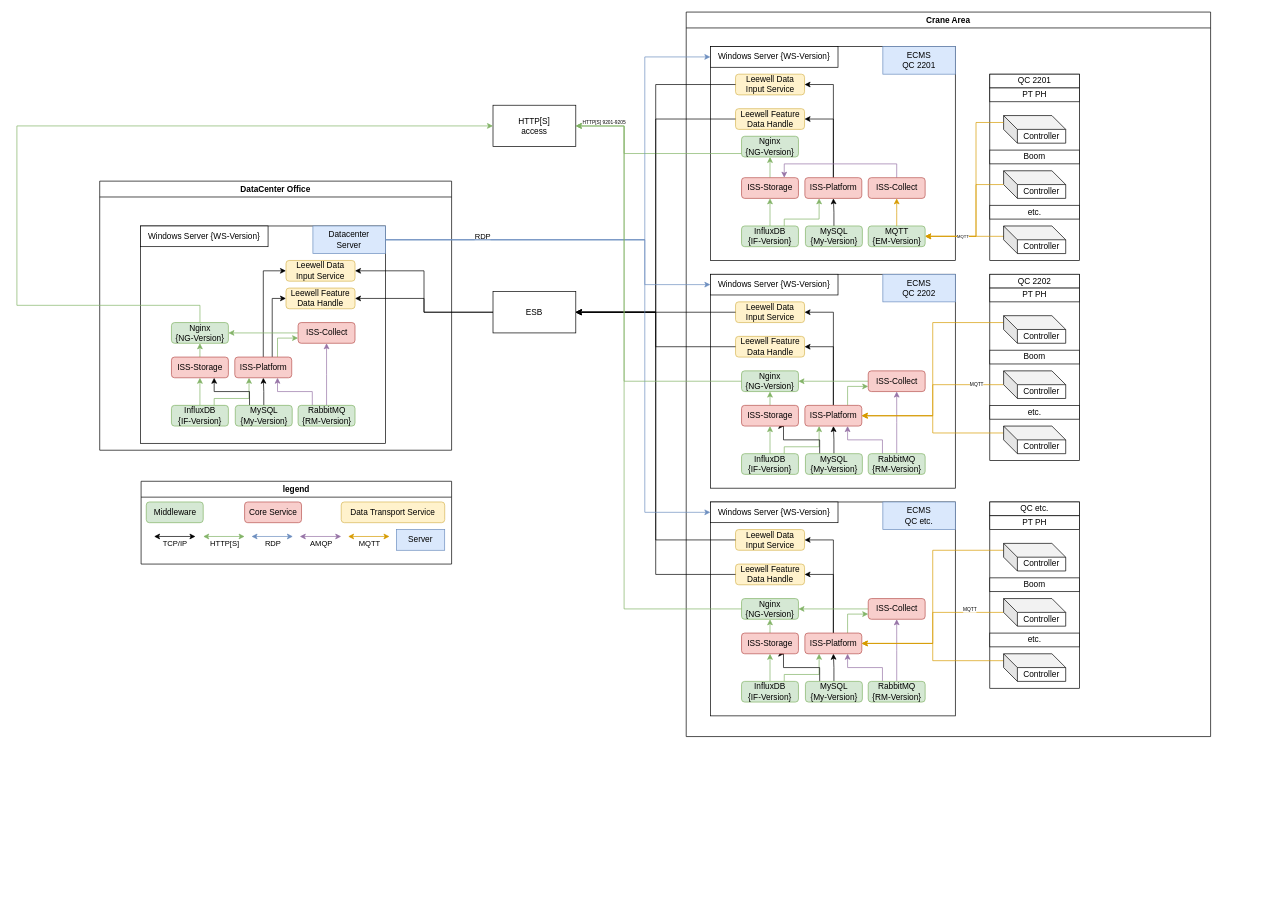
bird1225/draw keeps this draw.io diagram as PSA 四代 ECMS 架构图.drawio. Above is the earlier version. Source tidied: cells renumbered, new cells numbered last; positions are measured from the earlier drawing's top-left corner, leaving out a move shared by most shapes. Both pictures are drawn from the tidied source at 69%, with x=0, y=0 at pixel (17, 12).
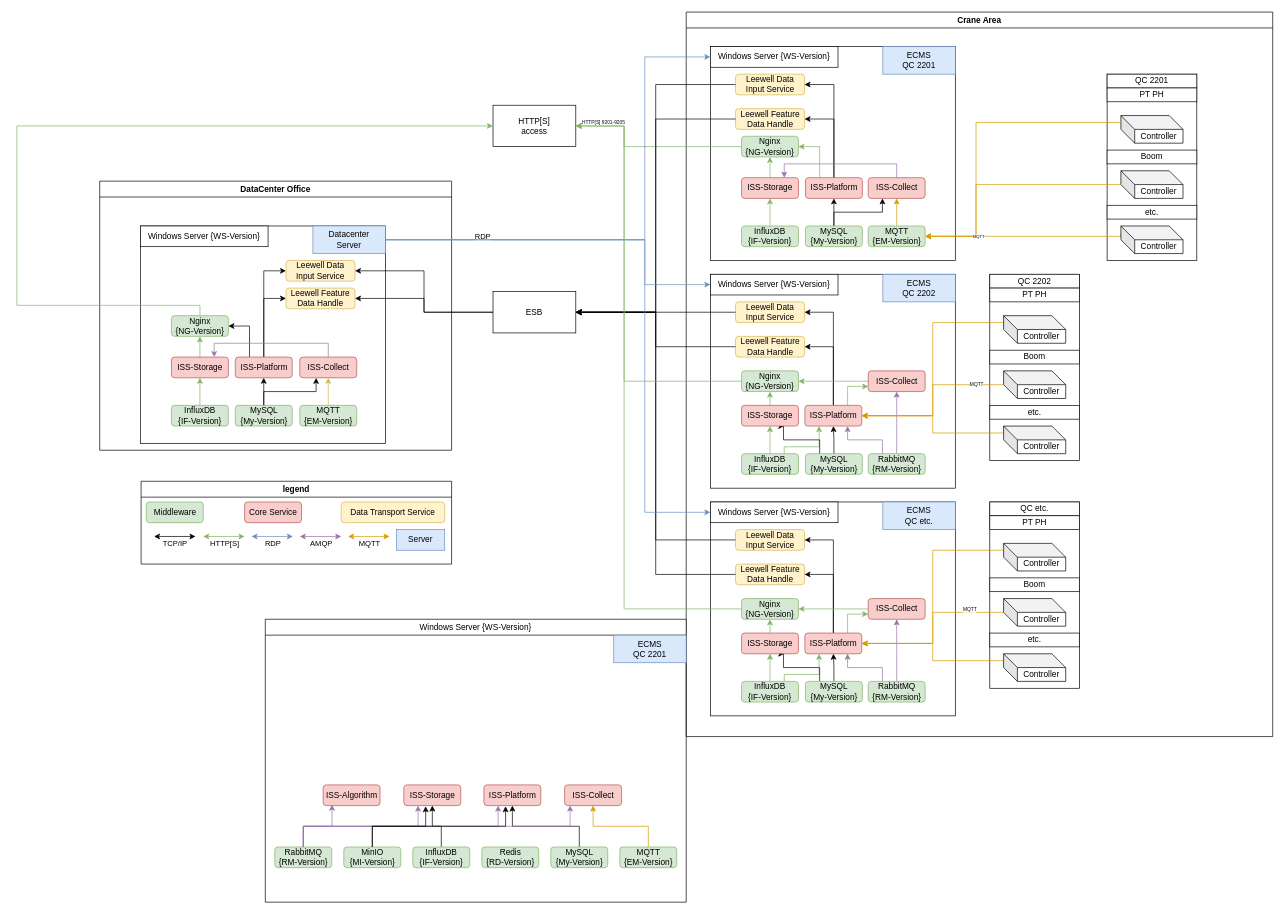
The same diagram, later.

Commit message (it also covers changes not shown here):
更新PSA 四代 ECMS 架构图.drawio

The change refers to these unchanged cells:
```xml
<mxCell id="5" value="Nginx&lt;br&gt;{NG-Version}" style="rounded=1;whiteSpace=wrap;html=1;fillColor=#d5e8d4;strokeColor=#82b366;" parent="2" vertex="1">
  <mxGeometry x="80.2" y="180" width="82.5" height="30" as="geometry" />
</mxCell>
<mxCell id="8" value="InfluxDB &lt;br&gt;{IF-Version}" style="rounded=1;whiteSpace=wrap;html=1;fillColor=#d5e8d4;strokeColor=#82b366;" parent="2" vertex="1">
  <mxGeometry x="80.2" y="310" width="82.5" height="30" as="geometry" />
</mxCell>
<mxCell id="10" value="MySQL&lt;br&gt;{My-Version}" style="rounded=1;whiteSpace=wrap;html=1;fillColor=#d5e8d4;strokeColor=#82b366;" parent="2" vertex="1">
  <mxGeometry x="172.8" y="310" width="82.5" height="30" as="geometry" />
</mxCell>
<mxCell id="12" value="MQTT&lt;br&gt;{EM-Version}" style="rounded=1;whiteSpace=wrap;html=1;fillColor=#d5e8d4;strokeColor=#82b366;" parent="2" vertex="1">
  <mxGeometry x="263.8" y="310" width="82.5" height="30" as="geometry" />
</mxCell>
<mxCell id="17" value="ISS-Collect" style="rounded=1;whiteSpace=wrap;html=1;fillColor=#f8cecc;strokeColor=#b85450;" parent="2" vertex="1">
  <mxGeometry x="263.8" y="240" width="82.5" height="30" as="geometry" />
</mxCell>
<mxCell id="19" value="ISS-Storage" style="rounded=1;whiteSpace=wrap;html=1;fillColor=#f8cecc;strokeColor=#b85450;" parent="2" vertex="1">
  <mxGeometry x="80.2" y="240" width="82.5" height="30" as="geometry" />
</mxCell>
<mxCell id="30" value="Leewell Data Input Service" style="rounded=1;whiteSpace=wrap;html=1;fillColor=#fff2cc;strokeColor=#d6b656;" parent="2" vertex="1">
  <mxGeometry x="71.5" y="90" width="100" height="30" as="geometry" />
</mxCell>
<mxCell id="107" value="DataCenter Office" style="swimlane;whiteSpace=wrap;html=1;" parent="1" vertex="1">
  <mxGeometry x="120" y="245" width="510" height="390" as="geometry" />
</mxCell>
<mxCell id="113" value="InfluxDB &lt;br&gt;{IF-Version}" style="rounded=1;whiteSpace=wrap;html=1;fillColor=#d5e8d4;strokeColor=#82b366;" parent="107" vertex="1">
  <mxGeometry x="104" y="325" width="82.5" height="30" as="geometry" />
</mxCell>
<mxCell id="116" value="MySQL&lt;br&gt;{My-Version}" style="rounded=1;whiteSpace=wrap;html=1;fillColor=#d5e8d4;strokeColor=#82b366;" parent="107" vertex="1">
  <mxGeometry x="196.5" y="325" width="82.5" height="30" as="geometry" />
</mxCell>
<mxCell id="127" value="ISS-Storage" style="rounded=1;whiteSpace=wrap;html=1;fillColor=#f8cecc;strokeColor=#b85450;" parent="107" vertex="1">
  <mxGeometry x="104" y="255" width="82.5" height="30" as="geometry" />
</mxCell>
<mxCell id="130" value="Leewell Feature Data Handle" style="rounded=1;whiteSpace=wrap;html=1;fillColor=#fff2cc;strokeColor=#d6b656;" parent="107" vertex="1">
  <mxGeometry x="270" y="155" width="100" height="30" as="geometry" />
</mxCell>
<mxCell id="131" value="HTTP[S]&lt;br&gt;access" style="rounded=0;whiteSpace=wrap;html=1;" parent="1" vertex="1">
  <mxGeometry x="690" y="135" width="120" height="60" as="geometry" />
</mxCell>
```

What changed in the source:
```diff
@@
     <mxCell id="2" value="Crane Area" style="swimlane;whiteSpace=wrap;html=1;" parent="1" vertex="1">
-      <mxGeometry x="970" width="760" height="1050" as="geometry" />
+      <mxGeometry x="970" width="850" height="1050" as="geometry" />
     </mxCell>
@@
-    <mxCell id="6" style="edgeStyle=orthogonalEdgeStyle;rounded=0;jettySize=auto;html=1;fillColor=#d5e8d4;strokeColor=#82b366;" parent="2" edge="1" source="8" target="19">
+    <mxCell id="6" style="edgeStyle=orthogonalEdgeStyle;rounded=0;jettySize=auto;html=1;exitX=0.5;exitY=0;exitDx=0;exitDy=0;entryX=0.5;entryY=1;entryDx=0;entryDy=0;fillColor=#d5e8d4;strokeColor=#82b366;" parent="2" edge="1" source="8" target="19">
       <mxGeometry relative="1" as="geometry" />
     </mxCell>
-    <mxCell id="7" style="edgeStyle=orthogonalEdgeStyle;rounded=0;jettySize=auto;html=1;exitX=0.75;exitY=0;exitDx=0;exitDy=0;entryX=0.25;entryY=1;entryDx=0;entryDy=0;fillColor=#d5e8d4;strokeColor=#82b366;" parent="2" edge="1" source="8" target="15">
-      <mxGeometry relative="1" as="geometry">
-        <Array as="points">
-          <mxPoint x="142" y="300" />
-          <mxPoint x="193" y="300" />
-        </Array>
-      </mxGeometry>
-    </mxCell>
@@
-    <mxCell id="9" style="edgeStyle=orthogonalEdgeStyle;rounded=0;jettySize=auto;html=1;" parent="2" edge="1" source="10" target="15">
+    <mxCell id="9" style="edgeStyle=orthogonalEdgeStyle;rounded=0;jettySize=auto;html=1;exitX=0.5;exitY=0;exitDx=0;exitDy=0;entryX=0.5;entryY=1;entryDx=0;entryDy=0;" parent="2" edge="1" source="10" target="15">
       <mxGeometry relative="1" as="geometry" />
     </mxCell>
+    <mxCell id="163" style="edgeStyle=orthogonalEdgeStyle;rounded=0;jettySize=auto;html=1;exitX=0.5;exitY=0;exitDx=0;exitDy=0;entryX=0.25;entryY=1;entryDx=0;entryDy=0;" parent="2" edge="1" source="10" target="17">
+      <mxGeometry relative="1" as="geometry" />
+    </mxCell>
@@
     <mxCell id="14" style="edgeStyle=orthogonalEdgeStyle;rounded=0;jettySize=auto;html=1;entryX=1;entryY=0.5;entryDx=0;entryDy=0;" parent="2" edge="1" source="15" target="30">
       <mxGeometry relative="1" as="geometry">
         <Array as="points">
-          <mxPoint x="213" y="105" />
+          <mxPoint x="214" y="105" />
         </Array>
       </mxGeometry>
     </mxCell>
+    <mxCell id="164" style="edgeStyle=orthogonalEdgeStyle;rounded=0;jettySize=auto;html=1;exitX=0.25;exitY=0;exitDx=0;exitDy=0;entryX=1;entryY=0.5;entryDx=0;entryDy=0;fillColor=#d5e8d4;strokeColor=#82b366;" parent="2" edge="1" source="15" target="5">
+      <mxGeometry relative="1" as="geometry" />
+    </mxCell>
     <mxCell id="15" value="ISS-Platform" style="rounded=1;whiteSpace=wrap;html=1;fillColor=#f8cecc;strokeColor=#b85450;" parent="2" vertex="1">
-      <mxGeometry x="172" y="240" width="82.5" height="30" as="geometry" />
+      <mxGeometry x="172.8" y="240" width="82.5" height="30" as="geometry" />
     </mxCell>
@@
     <mxCell id="21" style="rounded=0;whiteSpace=wrap;html=1;" parent="2" vertex="1">
-      <mxGeometry x="440" y="90" width="130" height="270" as="geometry" />
+      <mxGeometry x="610" y="90" width="130" height="270" as="geometry" />
     </mxCell>
     <mxCell id="22" value="Controller" style="shape=cube;whiteSpace=wrap;html=1;boundedLbl=1;backgroundOutline=1;darkOpacity=0.05;darkOpacity2=0.1;" parent="2" vertex="1">
-      <mxGeometry x="460" y="150" width="90" height="40" as="geometry" />
+      <mxGeometry x="630" y="150" width="90" height="40" as="geometry" />
     </mxCell>
     <mxCell id="23" value="Controller" style="shape=cube;whiteSpace=wrap;html=1;boundedLbl=1;backgroundOutline=1;darkOpacity=0.05;darkOpacity2=0.1;" parent="2" vertex="1">
-      <mxGeometry x="460" y="230" width="90" height="40" as="geometry" />
+      <mxGeometry x="630" y="230" width="90" height="40" as="geometry" />
     </mxCell>
     <mxCell id="24" style="edgeStyle=orthogonalEdgeStyle;rounded=0;jettySize=auto;html=1;exitX=0;exitY=0;exitDx=0;exitDy=10;exitPerimeter=0;entryX=1;entryY=0.5;entryDx=0;entryDy=0;fillColor=#ffe6cc;strokeColor=#d79b00;" parent="2" edge="1" source="25" target="12">
       <mxGeometry relative="1" as="geometry">
         <Array as="points">
-          <mxPoint x="490" y="325" />
+          <mxPoint x="630" y="325" />
         </Array>
       </mxGeometry>
     </mxCell>
     <mxCell id="25" value="Controller" style="shape=cube;whiteSpace=wrap;html=1;boundedLbl=1;backgroundOutline=1;darkOpacity=0.05;darkOpacity2=0.1;" parent="2" vertex="1">
-      <mxGeometry x="460" y="310" width="90" height="40" as="geometry" />
+      <mxGeometry x="630" y="310" width="90" height="40" as="geometry" />
     </mxCell>
     <mxCell id="26" value="QC 2201" style="rounded=0;whiteSpace=wrap;html=1;" parent="2" vertex="1">
-      <mxGeometry x="440" y="90" width="130" height="20" as="geometry" />
+      <mxGeometry x="610" y="90" width="130" height="20" as="geometry" />
     </mxCell>
     <mxCell id="27" value="PT PH" style="rounded=0;whiteSpace=wrap;html=1;" parent="2" vertex="1">
-      <mxGeometry x="440" y="110" width="130" height="20" as="geometry" />
+      <mxGeometry x="610" y="110" width="130" height="20" as="geometry" />
     </mxCell>
     <mxCell id="28" value="Boom" style="rounded=0;whiteSpace=wrap;html=1;" parent="2" vertex="1">
-      <mxGeometry x="440" y="200" width="130" height="20" as="geometry" />
+      <mxGeometry x="610" y="200" width="130" height="20" as="geometry" />
     </mxCell>
     <mxCell id="29" value="etc." style="rounded=0;whiteSpace=wrap;html=1;" parent="2" vertex="1">
-      <mxGeometry x="440" y="280" width="130" height="20" as="geometry" />
+      <mxGeometry x="610" y="280" width="130" height="20" as="geometry" />
     </mxCell>
@@
     <mxCell id="110" value="Nginx&lt;br&gt;{NG-Version}" style="rounded=1;whiteSpace=wrap;html=1;fillColor=#d5e8d4;strokeColor=#82b366;" parent="107" vertex="1">
-      <mxGeometry x="104" y="205" width="82.5" height="30" as="geometry" />
+      <mxGeometry x="104" y="195" width="82.5" height="30" as="geometry" />
     </mxCell>
@@
-    <mxCell id="112" style="edgeStyle=orthogonalEdgeStyle;rounded=0;jettySize=auto;html=1;exitX=0.75;exitY=0;exitDx=0;exitDy=0;entryX=0.25;entryY=1;entryDx=0;entryDy=0;fillColor=#d5e8d4;strokeColor=#82b366;" parent="107" edge="1" source="113" target="123">
-      <mxGeometry relative="1" as="geometry">
-        <Array as="points">
-          <mxPoint x="166" y="315" />
-          <mxPoint x="216" y="315" />
-        </Array>
-      </mxGeometry>
-    </mxCell>
@@
-    <mxCell id="115" style="edgeStyle=orthogonalEdgeStyle;rounded=0;jettySize=auto;html=1;exitX=0.25;exitY=0;exitDx=0;exitDy=0;entryX=0.75;entryY=1;entryDx=0;entryDy=0;" parent="107" edge="1" source="116" target="127">
-      <mxGeometry relative="1" as="geometry">
-        <Array as="points">
-          <mxPoint x="217" y="305" />
-          <mxPoint x="166" y="305" />
-        </Array>
-      </mxGeometry>
-    </mxCell>
@@
-    <mxCell id="117" style="edgeStyle=orthogonalEdgeStyle;rounded=0;jettySize=auto;html=1;exitX=0.25;exitY=0;exitDx=0;exitDy=0;entryX=0.75;entryY=1;entryDx=0;entryDy=0;fillColor=#e1d5e7;strokeColor=#9673a6;" parent="107" edge="1" source="119" target="123">
-      <mxGeometry relative="1" as="geometry" />
-    </mxCell>
-    <mxCell id="118" style="edgeStyle=orthogonalEdgeStyle;rounded=0;jettySize=auto;html=1;entryX=0.5;entryY=1;entryDx=0;entryDy=0;fillColor=#e1d5e7;strokeColor=#9673a6;" parent="107" edge="1" source="119" target="125">
+    <mxCell id="118" style="edgeStyle=orthogonalEdgeStyle;rounded=0;jettySize=auto;html=1;exitX=0.5;exitY=0;exitDx=0;exitDy=0;entryX=0.5;entryY=1;entryDx=0;entryDy=0;fillColor=#fff2cc;strokeColor=#d6b656;" parent="107" edge="1" source="119" target="125">
       <mxGeometry relative="1" as="geometry" />
     </mxCell>
-    <mxCell id="119" value="RabbitMQ&lt;br&gt;{RM-Version}" style="rounded=1;whiteSpace=wrap;html=1;fillColor=#d5e8d4;strokeColor=#82b366;" parent="107" vertex="1">
-      <mxGeometry x="287.5" y="325" width="82.5" height="30" as="geometry" />
+    <mxCell id="119" value="MQTT&lt;br&gt;{EM-Version}" style="rounded=1;whiteSpace=wrap;html=1;fillColor=#d5e8d4;strokeColor=#82b366;" parent="107" vertex="1">
+      <mxGeometry x="290" y="325" width="82.5" height="30" as="geometry" />
     </mxCell>
-    <mxCell id="120" style="edgeStyle=orthogonalEdgeStyle;rounded=0;jettySize=auto;html=1;exitX=0.75;exitY=0;exitDx=0;exitDy=0;entryX=0;entryY=0.75;entryDx=0;entryDy=0;fillColor=#d5e8d4;strokeColor=#82b366;" parent="107" edge="1" source="123" target="125">
-      <mxGeometry relative="1" as="geometry" />
-    </mxCell>
@@
     <mxCell id="122" style="edgeStyle=orthogonalEdgeStyle;rounded=0;jettySize=auto;html=1;entryX=0;entryY=0.5;entryDx=0;entryDy=0;" parent="107" edge="1" source="123" target="130">
       <mxGeometry relative="1" as="geometry">
         <Array as="points">
-          <mxPoint x="250" y="170" />
+          <mxPoint x="238" y="170" />
         </Array>
       </mxGeometry>
     </mxCell>
+    <mxCell id="165" style="edgeStyle=orthogonalEdgeStyle;rounded=0;jettySize=auto;html=1;exitX=0.25;exitY=0;exitDx=0;exitDy=0;entryX=1;entryY=0.5;entryDx=0;entryDy=0;" parent="107" edge="1" source="123" target="110">
+      <mxGeometry relative="1" as="geometry" />
+    </mxCell>
     <mxCell id="123" value="ISS-Platform" style="rounded=1;whiteSpace=wrap;html=1;fillColor=#f8cecc;strokeColor=#b85450;" parent="107" vertex="1">
-      <mxGeometry x="195.8" y="255" width="82.5" height="30" as="geometry" />
+      <mxGeometry x="196.5" y="255" width="82.5" height="30" as="geometry" />
     </mxCell>
-    <mxCell id="124" style="edgeStyle=orthogonalEdgeStyle;rounded=0;jettySize=auto;html=1;exitX=0;exitY=0.5;exitDx=0;exitDy=0;entryX=1;entryY=0.5;entryDx=0;entryDy=0;fillColor=#d5e8d4;strokeColor=#82b366;" parent="107" edge="1" source="125" target="110">
-      <mxGeometry relative="1" as="geometry" />
-    </mxCell>
+    <mxCell id="166" style="edgeStyle=orthogonalEdgeStyle;rounded=0;jettySize=auto;html=1;exitX=0.5;exitY=0;exitDx=0;exitDy=0;entryX=0.75;entryY=0;entryDx=0;entryDy=0;fillColor=#e1d5e7;strokeColor=#9673a6;" parent="107" edge="1" source="125" target="127">
+      <mxGeometry relative="1" as="geometry" />
+    </mxCell>
     <mxCell id="125" value="ISS-Collect" style="rounded=1;whiteSpace=wrap;html=1;fillColor=#f8cecc;strokeColor=#b85450;" parent="107" vertex="1">
-      <mxGeometry x="287.5" y="205" width="82.5" height="30" as="geometry" />
+      <mxGeometry x="290" y="255" width="82.5" height="30" as="geometry" />
     </mxCell>
@@
+    <mxCell id="167" style="edgeStyle=orthogonalEdgeStyle;rounded=0;jettySize=auto;html=1;exitX=0.5;exitY=0;exitDx=0;exitDy=0;entryX=0.286;entryY=1.007;entryDx=0;entryDy=0;entryPerimeter=0;" parent="107" edge="1" source="116" target="125">
+      <mxGeometry relative="1" as="geometry" />
+    </mxCell>
@@
     <mxCell id="132" style="edgeStyle=orthogonalEdgeStyle;rounded=0;jettySize=auto;html=1;entryX=1;entryY=0.5;entryDx=0;entryDy=0;fillColor=#d5e8d4;strokeColor=#82b366;" parent="1" edge="1" source="5" target="131">
       <mxGeometry relative="1" as="geometry">
         <Array as="points">
-          <mxPoint x="880" y="205" />
+          <mxPoint x="880" y="195" />
           <mxPoint x="880" y="165" />
         </Array>
       </mxGeometry>
     </mxCell>
@@
+    <mxCell id="168" value="&lt;span style=&quot;font-weight: 400;&quot;&gt;Windows Server {WS-Version}&lt;/span&gt;" style="swimlane;whiteSpace=wrap;html=1;" parent="1" vertex="1">
+      <mxGeometry x="360" y="880" width="610" height="410" as="geometry" />
+    </mxCell>
+    <mxCell id="169" value="ECMS&lt;br&gt;QC 2201" style="rounded=0;whiteSpace=wrap;html=1;fillColor=#dae8fc;strokeColor=#6c8ebf;" parent="168" vertex="1">
+      <mxGeometry x="505" y="23" width="105" height="40" as="geometry" />
+    </mxCell>
+    <mxCell id="170" value="ISS-Algorithm" style="rounded=1;whiteSpace=wrap;html=1;fillColor=#f8cecc;strokeColor=#b85450;" parent="168" vertex="1">
+      <mxGeometry x="83.8" y="240" width="82.5" height="30" as="geometry" />
+    </mxCell>
+    <mxCell id="171" value="ISS-Storage" style="rounded=1;whiteSpace=wrap;html=1;fillColor=#f8cecc;strokeColor=#b85450;" parent="168" vertex="1">
+      <mxGeometry x="200.8" y="240" width="82.5" height="30" as="geometry" />
+    </mxCell>
+    <mxCell id="172" value="ISS-Platform" style="rounded=1;whiteSpace=wrap;html=1;fillColor=#f8cecc;strokeColor=#b85450;" parent="168" vertex="1">
+      <mxGeometry x="316.8" y="240" width="82.5" height="30" as="geometry" />
+    </mxCell>
+    <mxCell id="173" value="ISS-Collect" style="rounded=1;whiteSpace=wrap;html=1;fillColor=#f8cecc;strokeColor=#b85450;" parent="168" vertex="1">
+      <mxGeometry x="433.8" y="240" width="82.5" height="30" as="geometry" />
+    </mxCell>
+    <mxCell id="174" style="edgeStyle=orthogonalEdgeStyle;rounded=0;jettySize=auto;html=1;exitX=0.5;exitY=0;exitDx=0;exitDy=0;entryX=0.25;entryY=1;entryDx=0;entryDy=0;fillColor=#e1d5e7;strokeColor=#9673a6;" parent="168" edge="1" source="176" target="171">
+      <mxGeometry relative="1" as="geometry" />
+    </mxCell>
+    <mxCell id="175" style="edgeStyle=orthogonalEdgeStyle;rounded=0;jettySize=auto;html=1;exitX=0.5;exitY=0;exitDx=0;exitDy=0;entryX=0.25;entryY=1;entryDx=0;entryDy=0;fillColor=#e1d5e7;strokeColor=#9673a6;" parent="168" edge="1" source="176" target="172">
+      <mxGeometry relative="1" as="geometry" />
+    </mxCell>
+    <mxCell id="176" value="RabbitMQ&lt;br&gt;{RM-Version}" style="rounded=1;whiteSpace=wrap;html=1;fillColor=#d5e8d4;strokeColor=#82b366;" parent="168" vertex="1">
+      <mxGeometry x="13.8" y="330" width="82.5" height="30" as="geometry" />
+    </mxCell>
+    <mxCell id="177" style="edgeStyle=orthogonalEdgeStyle;rounded=0;jettySize=auto;html=1;exitX=0.5;exitY=0;exitDx=0;exitDy=0;entryX=0.5;entryY=1;entryDx=0;entryDy=0;" parent="168" edge="1" source="178" target="171">
+      <mxGeometry relative="1" as="geometry" />
+    </mxCell>
+    <mxCell id="178" value="InfluxDB &lt;br&gt;{IF-Version}" style="rounded=1;whiteSpace=wrap;html=1;fillColor=#d5e8d4;strokeColor=#82b366;" parent="168" vertex="1">
+      <mxGeometry x="213.8" y="330" width="82.5" height="30" as="geometry" />
+    </mxCell>
+    <mxCell id="179" style="edgeStyle=orthogonalEdgeStyle;rounded=0;jettySize=auto;html=1;exitX=0.5;exitY=0;exitDx=0;exitDy=0;entryX=0.5;entryY=1;entryDx=0;entryDy=0;" parent="168" edge="1" source="180" target="172">
+      <mxGeometry relative="1" as="geometry" />
+    </mxCell>
+    <mxCell id="180" value="MySQL&lt;br&gt;{My-Version}" style="rounded=1;whiteSpace=wrap;html=1;fillColor=#d5e8d4;strokeColor=#82b366;" parent="168" vertex="1">
+      <mxGeometry x="413.8" y="330" width="82.5" height="30" as="geometry" />
+    </mxCell>
+    <mxCell id="181" style="edgeStyle=orthogonalEdgeStyle;rounded=0;jettySize=auto;html=1;entryX=0.5;entryY=1;entryDx=0;entryDy=0;fillColor=#ffe6cc;strokeColor=#d79b00;" parent="168" edge="1" source="182" target="173">
+      <mxGeometry relative="1" as="geometry" />
+    </mxCell>
+    <mxCell id="182" value="MQTT&lt;br&gt;{EM-Version}" style="rounded=1;whiteSpace=wrap;html=1;fillColor=#d5e8d4;strokeColor=#82b366;" parent="168" vertex="1">
+      <mxGeometry x="513.8" y="330" width="82.5" height="30" as="geometry" />
+    </mxCell>
+    <mxCell id="183" style="edgeStyle=orthogonalEdgeStyle;rounded=0;jettySize=auto;html=1;exitX=0.5;exitY=0;exitDx=0;exitDy=0;entryX=0.096;entryY=0.997;entryDx=0;entryDy=0;entryPerimeter=0;fillColor=#e1d5e7;strokeColor=#9673a6;" parent="168" edge="1" source="176" target="173">
+      <mxGeometry relative="1" as="geometry" />
+    </mxCell>
+    <mxCell id="184" style="edgeStyle=orthogonalEdgeStyle;rounded=0;jettySize=auto;html=1;exitX=0.5;exitY=0;exitDx=0;exitDy=0;entryX=0.156;entryY=0.957;entryDx=0;entryDy=0;entryPerimeter=0;fillColor=#e1d5e7;strokeColor=#9673a6;" parent="168" edge="1" source="176" target="170">
+      <mxGeometry relative="1" as="geometry" />
+    </mxCell>
+    <mxCell id="185" value="Redis&lt;div&gt;{RD-Version}&lt;/div&gt;" style="rounded=1;whiteSpace=wrap;html=1;fillColor=#d5e8d4;strokeColor=#82b366;" parent="168" vertex="1">
+      <mxGeometry x="313.8" y="330" width="82.5" height="30" as="geometry" />
+    </mxCell>
+    <mxCell id="186" value="MinIO&lt;br&gt;{MI-Version}" style="rounded=1;whiteSpace=wrap;html=1;fillColor=#d5e8d4;strokeColor=#82b366;" parent="168" vertex="1">
+      <mxGeometry x="113.8" y="330" width="82.5" height="30" as="geometry" />
+    </mxCell>
+    <mxCell id="187" style="edgeStyle=orthogonalEdgeStyle;rounded=0;jettySize=auto;html=1;exitX=0.5;exitY=0;exitDx=0;exitDy=0;entryX=0.383;entryY=1.034;entryDx=0;entryDy=0;entryPerimeter=0;" parent="168" edge="1" source="186" target="171">
+      <mxGeometry relative="1" as="geometry" />
+    </mxCell>
+    <mxCell id="188" style="edgeStyle=orthogonalEdgeStyle;rounded=0;jettySize=auto;html=1;exitX=0.5;exitY=0;exitDx=0;exitDy=0;entryX=0.381;entryY=1.034;entryDx=0;entryDy=0;entryPerimeter=0;" parent="168" edge="1" source="186" target="172">
+      <mxGeometry relative="1" as="geometry" />
+    </mxCell>
```
